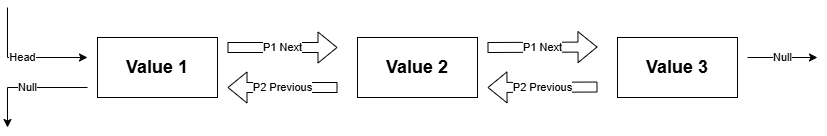
Above: 06_List/List_Page.png in nourmohamd/3-Standard-Template-Library-STL (draw.io), before the change. Source tidied: cells renumbered, new cells last; positions are measured from the earlier drawing's top-left corner, leaving out a move shared by most shapes.
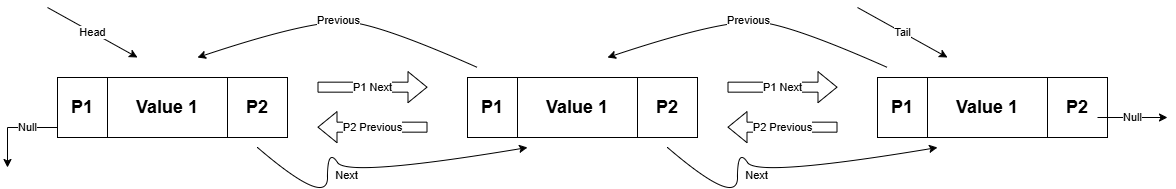
The same diagram one commit later.

Commit message:
Update 06_List.png Photo ------And------ Update 07_Forward_List.png Photo -------And-------- Type Some Methods For Forward List

The edit, as a diff of the source:
```diff
@@ -2,62 +2,125 @@
   <root>
     <mxCell id="0" />
     <mxCell id="1" parent="0" />
-    <mxCell id="2" value="Value 1" style="rounded=0;whiteSpace=wrap;html=1;fontSize=18;fontStyle=1;" parent="1" vertex="1">
-      <mxGeometry x="90" y="30" width="120" height="60" as="geometry" />
-    </mxCell>
-    <mxCell id="3" value="Value 2" style="rounded=0;whiteSpace=wrap;html=1;fontSize=18;fontStyle=1;" parent="1" vertex="1">
-      <mxGeometry x="350" y="30" width="120" height="60" as="geometry" />
-    </mxCell>
-    <mxCell id="4" value="Value 3" style="rounded=0;whiteSpace=wrap;html=1;fontSize=18;fontStyle=1;" parent="1" vertex="1">
-      <mxGeometry x="610" y="30" width="120" height="60" as="geometry" />
-    </mxCell>
     <mxCell id="5" value="P1 Next" style="shape=flexArrow;endArrow=classic;html=1;rounded=0;" parent="1" edge="1">
       <mxGeometry relative="1" as="geometry">
-        <mxPoint x="220" y="40" as="sourcePoint" />
-        <mxPoint x="330" y="40" as="targetPoint" />
+        <mxPoint x="310" y="229.7" as="sourcePoint" />
+        <mxPoint x="420" y="229.7" as="targetPoint" />
       </mxGeometry>
     </mxCell>
     <mxCell id="6" value="P2 Previous" style="shape=flexArrow;endArrow=classic;html=1;rounded=0;" parent="1" edge="1">
       <mxGeometry relative="1" as="geometry">
-        <mxPoint x="330" y="80" as="sourcePoint" />
-        <mxPoint x="220" y="80" as="targetPoint" />
+        <mxPoint x="420" y="269.7" as="sourcePoint" />
+        <mxPoint x="310" y="269.7" as="targetPoint" />
       </mxGeometry>
     </mxCell>
+    <mxCell id="10" value="Null" style="endArrow=classic;html=1;rounded=0;" parent="1" edge="1">
+      <mxGeometry relative="1" as="geometry">
+        <mxPoint x="80" y="270" as="sourcePoint" />
+        <mxPoint y="310" as="targetPoint" />
+        <Array as="points">
+          <mxPoint y="270" />
+        </Array>
+      </mxGeometry>
+    </mxCell>
+    <mxCell id="12" value="Value 1" style="rounded=0;whiteSpace=wrap;html=1;fontSize=18;fontStyle=1;" parent="1" vertex="1">
+      <mxGeometry x="100" y="220" width="120" height="60" as="geometry" />
+    </mxCell>
+    <mxCell id="13" value="P1" style="rounded=0;whiteSpace=wrap;html=1;fontSize=18;fontStyle=1;" parent="1" vertex="1">
+      <mxGeometry x="50" y="220" width="50" height="60" as="geometry" />
+    </mxCell>
+    <mxCell id="14" value="P2" style="rounded=0;whiteSpace=wrap;html=1;fontSize=18;fontStyle=1;" parent="1" vertex="1">
+      <mxGeometry x="220" y="220" width="60" height="60" as="geometry" />
+    </mxCell>
+    <mxCell id="15" value="Value 1" style="rounded=0;whiteSpace=wrap;html=1;fontSize=18;fontStyle=1;" parent="1" vertex="1">
+      <mxGeometry x="920" y="220" width="120" height="60" as="geometry" />
+    </mxCell>
+    <mxCell id="16" value="P1" style="rounded=0;whiteSpace=wrap;html=1;fontSize=18;fontStyle=1;" parent="1" vertex="1">
+      <mxGeometry x="870" y="220" width="50" height="60" as="geometry" />
+    </mxCell>
+    <mxCell id="17" value="P2" style="rounded=0;whiteSpace=wrap;html=1;fontSize=18;fontStyle=1;" parent="1" vertex="1">
+      <mxGeometry x="1040" y="220" width="60" height="60" as="geometry" />
+    </mxCell>
+    <mxCell id="18" value="Value 1" style="rounded=0;whiteSpace=wrap;html=1;fontSize=18;fontStyle=1;" parent="1" vertex="1">
+      <mxGeometry x="510" y="220" width="120" height="60" as="geometry" />
+    </mxCell>
+    <mxCell id="19" value="P1" style="rounded=0;whiteSpace=wrap;html=1;fontSize=18;fontStyle=1;" parent="1" vertex="1">
+      <mxGeometry x="460" y="220" width="50" height="60" as="geometry" />
+    </mxCell>
+    <mxCell id="20" value="P2" style="rounded=0;whiteSpace=wrap;html=1;fontSize=18;fontStyle=1;" parent="1" vertex="1">
+      <mxGeometry x="630" y="220" width="60" height="60" as="geometry" />
+    </mxCell>
     <mxCell id="7" value="P1 Next" style="shape=flexArrow;endArrow=classic;html=1;rounded=0;" parent="1" edge="1">
       <mxGeometry relative="1" as="geometry">
-        <mxPoint x="480" y="40" as="sourcePoint" />
-        <mxPoint x="590" y="39.5" as="targetPoint" />
+        <mxPoint x="720" y="229.7" as="sourcePoint" />
+        <mxPoint x="830" y="229.7" as="targetPoint" />
       </mxGeometry>
     </mxCell>
     <mxCell id="8" value="P2 Previous" style="shape=flexArrow;endArrow=classic;html=1;rounded=0;" parent="1" edge="1">
       <mxGeometry relative="1" as="geometry">
-        <mxPoint x="590" y="79.5" as="sourcePoint" />
-        <mxPoint x="480" y="80" as="targetPoint" />
+        <mxPoint x="830" y="269.7" as="sourcePoint" />
+        <mxPoint x="720" y="269.7" as="targetPoint" />
       </mxGeometry>
     </mxCell>
     <mxCell id="9" value="Head" style="endArrow=classic;html=1;rounded=0;" parent="1" edge="1">
       <mxGeometry relative="1" as="geometry">
-        <mxPoint as="sourcePoint" />
-        <mxPoint x="80" y="50" as="targetPoint" />
-        <Array as="points">
-          <mxPoint y="50" />
-        </Array>
+        <mxPoint x="40" y="150" as="sourcePoint" />
+        <mxPoint x="130" y="200" as="targetPoint" />
       </mxGeometry>
     </mxCell>
-    <mxCell id="10" value="Null" style="endArrow=classic;html=1;rounded=0;" parent="1" edge="1">
-      <mxGeometry relative="1" as="geometry">
-        <mxPoint x="80" y="80" as="sourcePoint" />
-        <mxPoint y="120" as="targetPoint" />
-        <Array as="points">
-          <mxPoint y="80" />
-        </Array>
-      </mxGeometry>
-    </mxCell>
+    <mxCell id="21" value="Tail" style="endArrow=classic;html=1;rounded=0;" parent="1" edge="1">
+      <mxGeometry relative="1" as="geometry">
+        <mxPoint x="850" y="150" as="sourcePoint" />
+        <mxPoint x="940" y="200" as="targetPoint" />
+      </mxGeometry>
+    </mxCell>
     <mxCell id="11" value="Null" style="endArrow=classic;html=1;rounded=0;" parent="1" edge="1">
       <mxGeometry relative="1" as="geometry">
-        <mxPoint x="740" y="50" as="sourcePoint" />
-        <mxPoint x="810" y="50" as="targetPoint" />
+        <mxPoint x="1090" y="260" as="sourcePoint" />
+        <mxPoint x="1160" y="260" as="targetPoint" />
       </mxGeometry>
     </mxCell>
+    <mxCell id="22" value="Next" style="curved=1;endArrow=classic;html=1;rounded=0;" parent="1" edge="1">
+      <mxGeometry relative="1" as="geometry">
+        <mxPoint x="250" y="290" as="sourcePoint" />
+        <mxPoint x="520" y="290" as="targetPoint" />
+        <Array as="points">
+          <mxPoint x="320" y="350" />
+          <mxPoint x="320" y="290" />
+          <mxPoint x="340" y="320" />
+        </Array>
+      </mxGeometry>
+    </mxCell>
+    <mxCell id="23" value="Next" style="curved=1;endArrow=classic;html=1;rounded=0;" parent="1" edge="1">
+      <mxGeometry relative="1" as="geometry">
+        <mxPoint x="660" y="290" as="sourcePoint" />
+        <mxPoint x="930" y="290" as="targetPoint" />
+        <Array as="points">
+          <mxPoint x="730" y="350" />
+          <mxPoint x="730" y="290" />
+          <mxPoint x="750" y="320" />
+        </Array>
+      </mxGeometry>
+    </mxCell>
+    <mxCell id="24" value="Previous" style="curved=1;endArrow=classic;html=1;rounded=0;" parent="1" edge="1">
+      <mxGeometry relative="1" as="geometry">
+        <mxPoint x="880" y="210" as="sourcePoint" />
+        <mxPoint x="600" y="200" as="targetPoint" />
+        <Array as="points">
+          <mxPoint x="790" y="170" />
+          <mxPoint x="720" y="160" />
+        </Array>
+      </mxGeometry>
+    </mxCell>
+    <mxCell id="25" value="Previous" style="curved=1;endArrow=classic;html=1;rounded=0;" parent="1" edge="1">
+      <mxGeometry relative="1" as="geometry">
+        <mxPoint x="470" y="210" as="sourcePoint" />
+        <mxPoint x="190" y="200" as="targetPoint" />
+        <Array as="points">
+          <mxPoint x="380" y="170" />
+          <mxPoint x="310" y="160" />
+        </Array>
+      </mxGeometry>
+    </mxCell>
   </root>
 </mxGraphModel>
```
